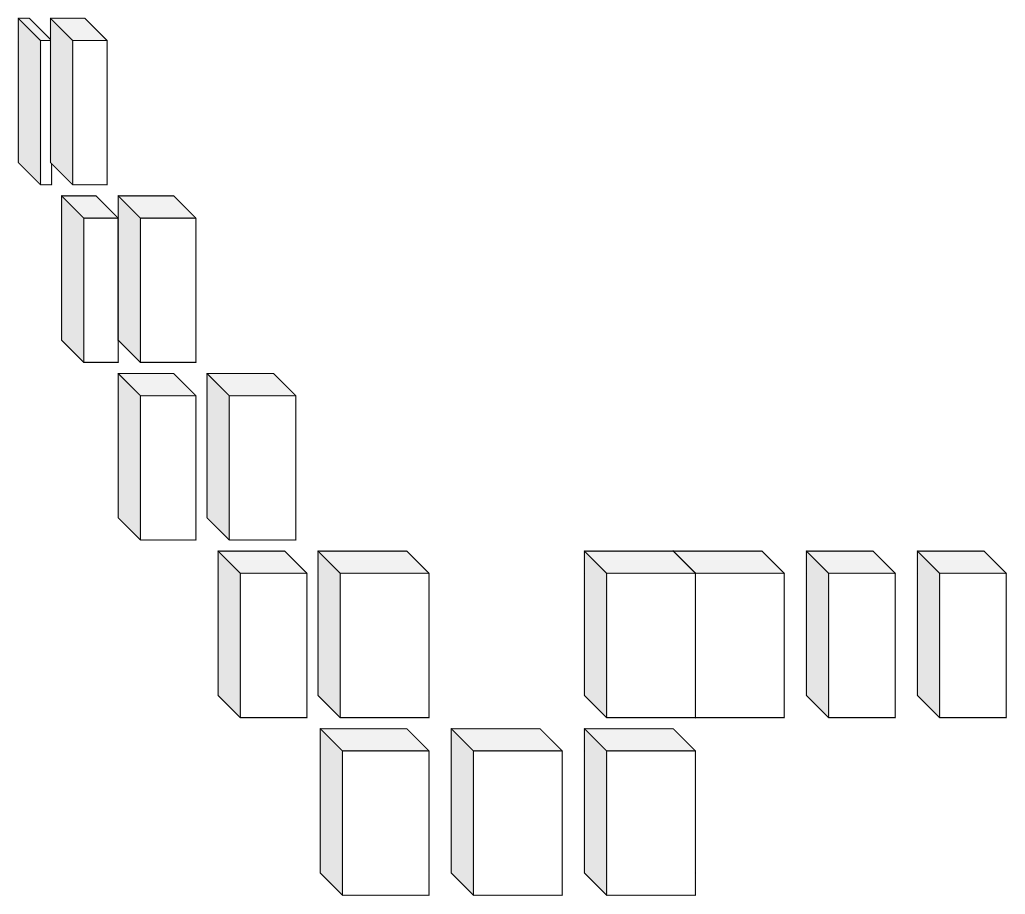
accucim/vimgolf keeps this draw.io diagram as 제목 없는 다이어그램.drawio. Above is the earlier version. Source tidied: cells renumbered, new cells numbered last; positions are measured from the earlier drawing's top-left corner, leaving out a move shared by most shapes. Both pictures are drawn from the tidied source at 111%, with x=0, y=0 at pixel (18, 18).
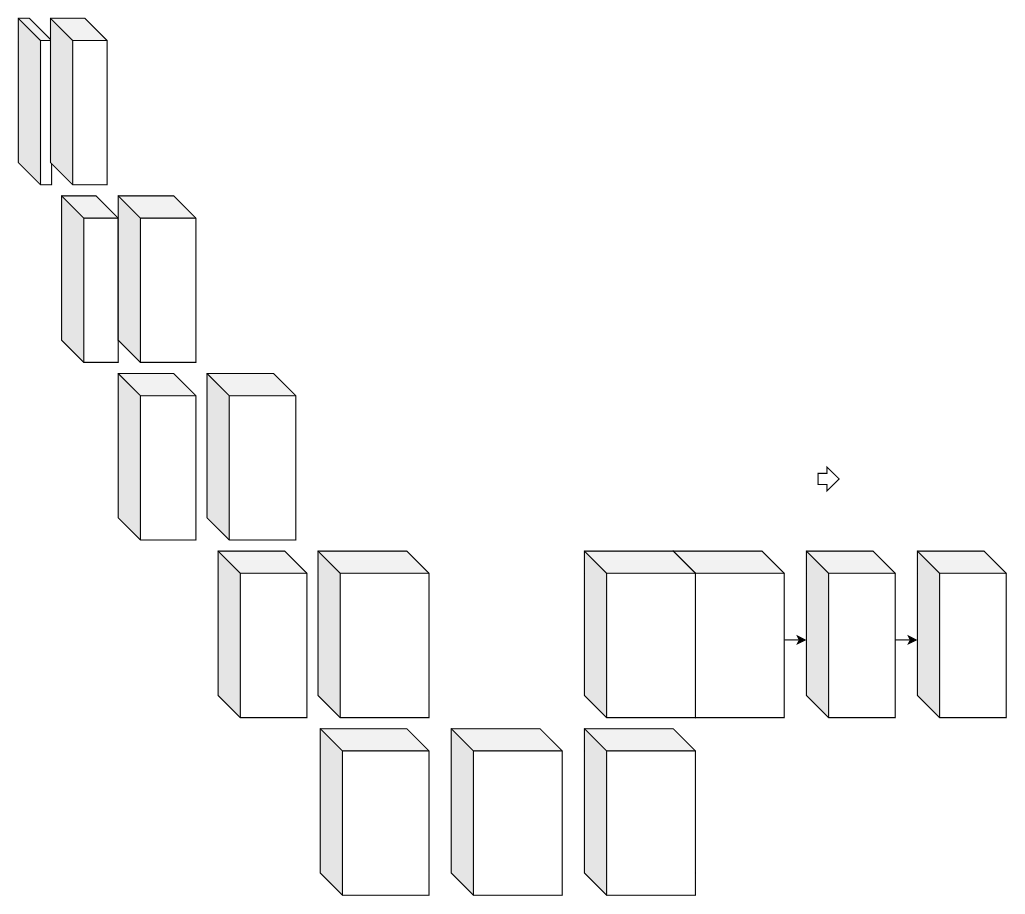
After the change.

Commit message (it also covers changes not shown here):
제목 없는 다이어그램.drawio 업데이트

What changed in the source:
```diff
@@
+    <mxCell id="17" style="edgeStyle=orthogonalEdgeStyle;rounded=0;orthogonalLoop=1;jettySize=auto;html=1;" parent="1" edge="1">
+      <mxGeometry relative="1" as="geometry">
+        <mxPoint x="690" y="560" as="sourcePoint" />
+        <mxPoint x="710" y="560" as="targetPoint" />
+      </mxGeometry>
+    </mxCell>
@@
+    <mxCell id="18" style="shape=flexArrow;endArrow=classic;html=1;rounded=0;endWidth=10.4;endSize=3.332;" parent="1" edge="1">
+      <mxGeometry relative="1" as="geometry">
+        <mxPoint x="720" y="415" as="sourcePoint" />
+        <mxPoint x="740" y="415" as="targetPoint" />
+      </mxGeometry>
+    </mxCell>
+    <mxCell id="19" style="edgeStyle=orthogonalEdgeStyle;rounded=0;orthogonalLoop=1;jettySize=auto;html=1;" parent="1" edge="1">
+      <mxGeometry relative="1" as="geometry">
+        <mxPoint x="790" y="560" as="sourcePoint" />
+        <mxPoint x="810" y="560" as="targetPoint" />
+      </mxGeometry>
+    </mxCell>
```
